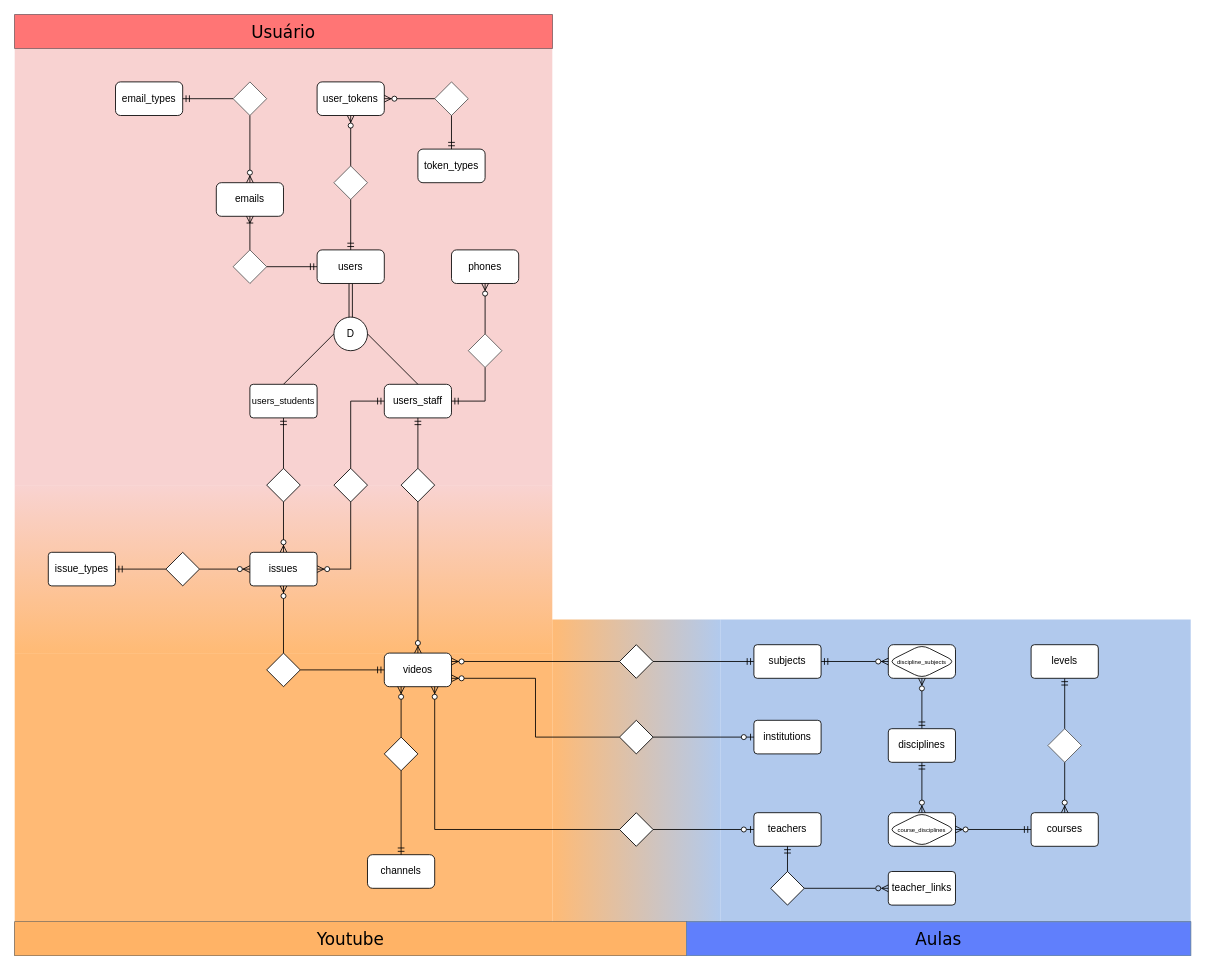
SevenSeas-Tech/demen-backend keeps this draw.io diagram as page "Conceitual" (1 of 6) of db_model.drawio. Above is the earlier version. Source tidied: cells renumbered, new cells numbered last; positions are measured from the earlier drawing's top-left corner, leaving out a move shared by most shapes. Both pictures are drawn from the tidied source at 84%, with x=0, y=0 at pixel (14, 14).
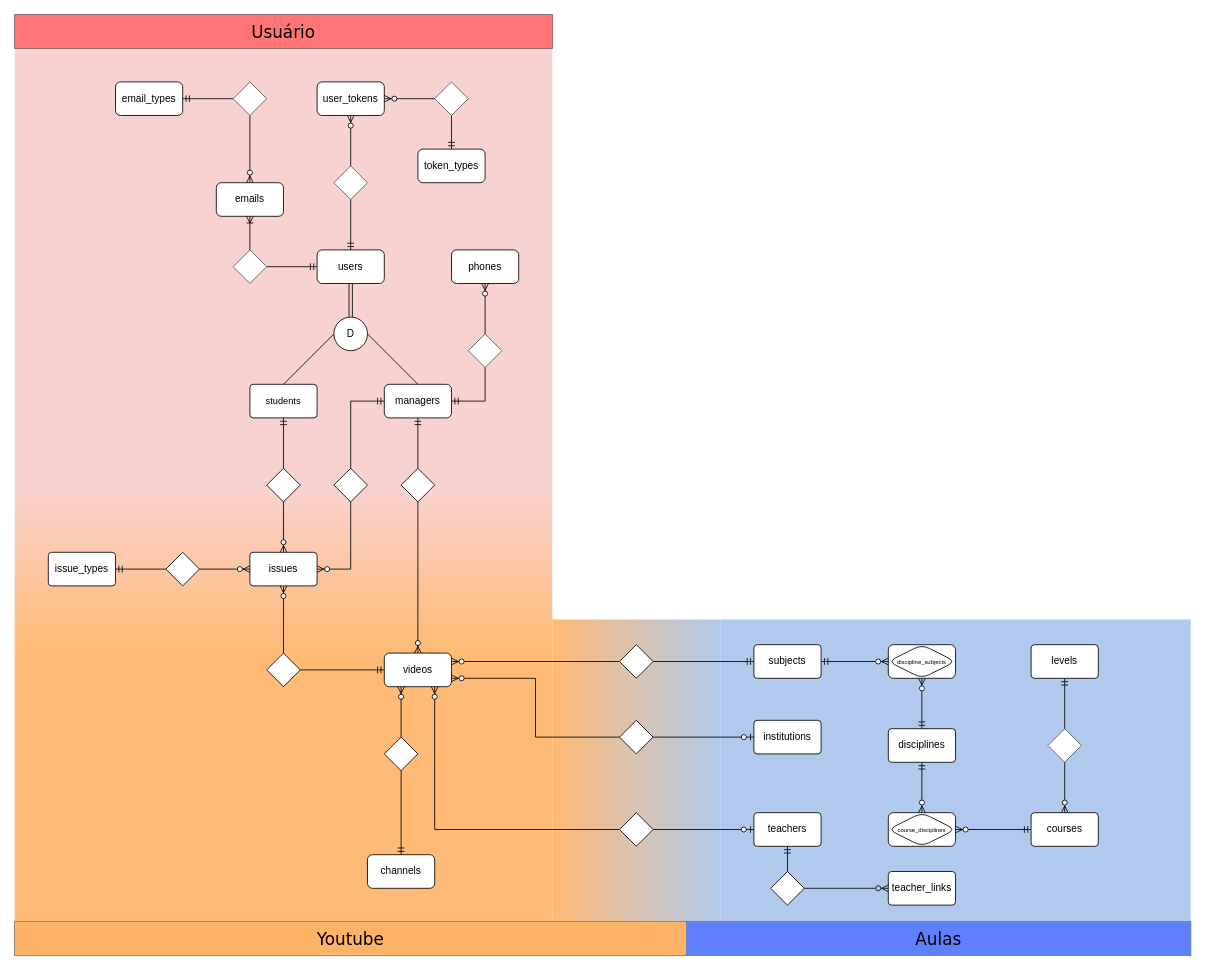
Above is the later version.

The edit, as a diff of the source:
```diff
@@
-    <mxCell id="20" value="users_staff" style="rounded=1;whiteSpace=wrap;html=1;" parent="16" vertex="1">
+    <mxCell id="20" value="managers" style="rounded=1;whiteSpace=wrap;html=1;" parent="16" vertex="1">
       <mxGeometry x="440" y="440" width="80" height="40" as="geometry" />
     </mxCell>
@@
-    <mxCell id="68" value="users_students" style="rounded=1;arcSize=10;whiteSpace=wrap;html=1;align=center;fontSize=11;gradientDirection=south;" parent="16" vertex="1">
+    <mxCell id="68" value="students" style="rounded=1;arcSize=10;whiteSpace=wrap;html=1;align=center;fontSize=11;gradientDirection=south;" parent="16" vertex="1">
       <mxGeometry x="280" y="440" width="80" height="40" as="geometry" />
     </mxCell>
```
